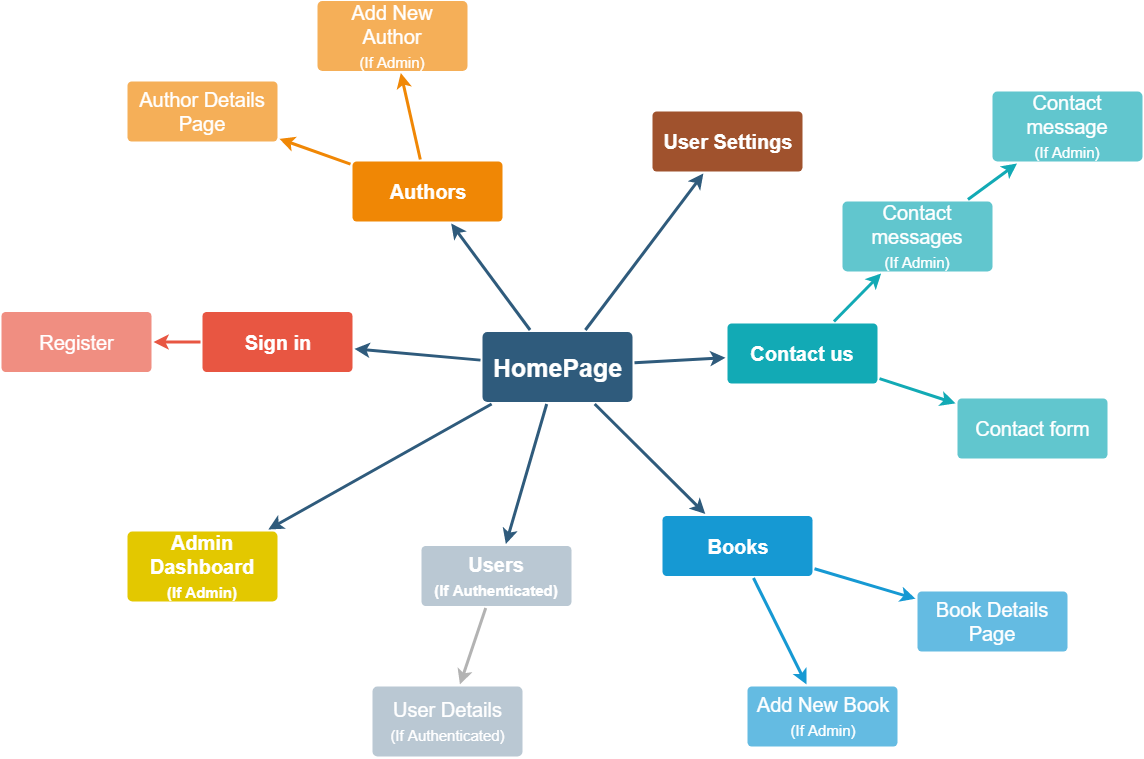
Above: documentation/diagrams/Full site map.png in kristozsolti/selenium-cucumber-java (draw.io), before the change. Source tidied: cells renumbered, new cells last; positions are measured from the earlier drawing's top-left corner, leaving out a move shared by most shapes.
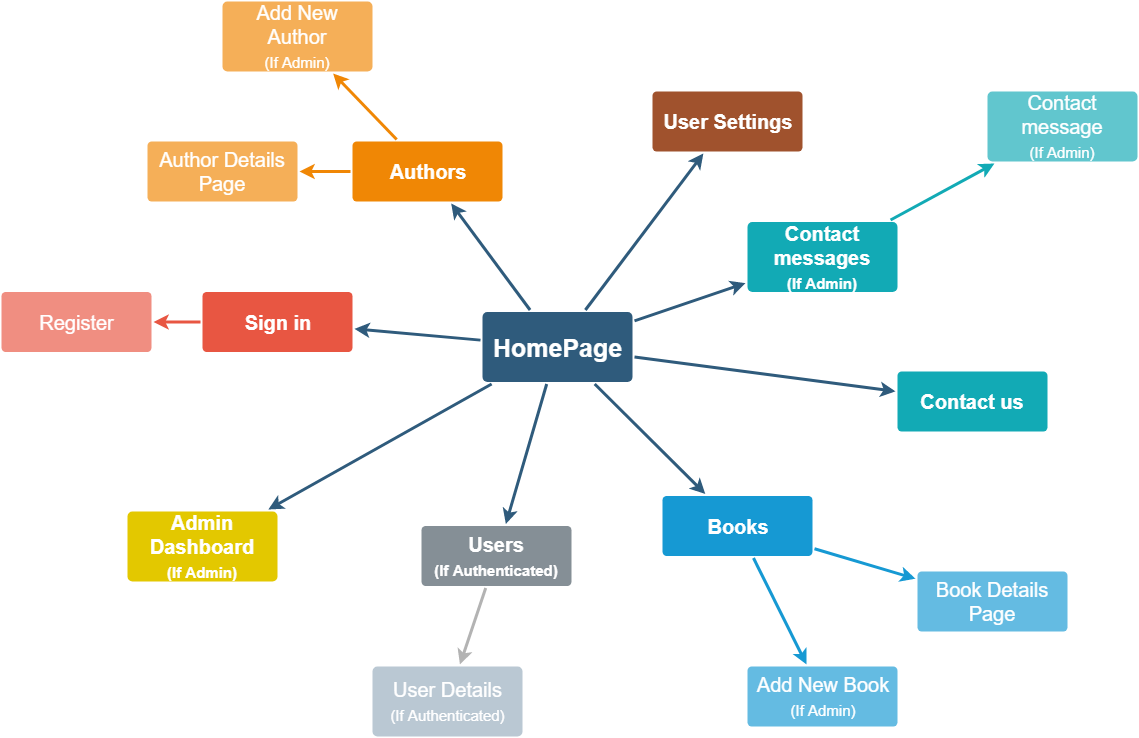
The same file after the commit.

The edit, as a diff of the source:
```diff
@@ -45,36 +45,27 @@
       <mxGeometry x="351" y="160" width="150" height="60" as="geometry" />
     </mxCell>
     <mxCell id="16" value="Author Details Page" style="rounded=1;whiteSpace=wrap;html=1;shadow=0;labelBackgroundColor=none;strokeColor=none;strokeWidth=3;fillColor=#f5af58;fontFamily=Helvetica;fontSize=20;fontColor=#FFFFFF;align=center;spacing=5;arcSize=7;perimeterSpacing=2;" parent="1" vertex="1">
-      <mxGeometry x="126" y="80" width="150" height="60" as="geometry" />
+      <mxGeometry x="146" y="160" width="150" height="60" as="geometry" />
     </mxCell>
     <mxCell id="17" style="edgeStyle=none;rounded=0;jumpStyle=none;html=1;shadow=0;labelBackgroundColor=none;startArrow=none;startFill=0;endArrow=classic;endFill=1;jettySize=auto;strokeColor=#F08705;strokeWidth=3;fontFamily=Helvetica;fontSize=14;fontColor=#FFFFFF;spacing=5;" parent="1" edge="1" source="15" target="16">
       <mxGeometry relative="1" as="geometry" />
     </mxCell>
     <mxCell id="18" value="Add New Author&lt;br style=&quot;font-size: 20px&quot;&gt;&lt;font style=&quot;font-size: 15px&quot;&gt;(If Admin)&lt;/font&gt;&lt;br style=&quot;font-size: 20px&quot;&gt;" style="rounded=1;whiteSpace=wrap;html=1;shadow=0;labelBackgroundColor=none;strokeColor=none;strokeWidth=3;fillColor=#f5af58;fontFamily=Helvetica;fontSize=20;fontColor=#FFFFFF;align=center;spacing=5;arcSize=7;perimeterSpacing=2;" parent="1" vertex="1">
-      <mxGeometry x="316" y="-0.5" width="150" height="70" as="geometry" />
+      <mxGeometry x="221" y="20" width="150" height="70" as="geometry" />
     </mxCell>
     <mxCell id="19" style="edgeStyle=none;rounded=0;jumpStyle=none;html=1;shadow=0;labelBackgroundColor=none;startArrow=none;startFill=0;endArrow=classic;endFill=1;jettySize=auto;strokeColor=#F08705;strokeWidth=3;fontFamily=Helvetica;fontSize=14;fontColor=#FFFFFF;spacing=5;" parent="1" edge="1" source="15" target="18">
       <mxGeometry relative="1" as="geometry" />
     </mxCell>
     <mxCell id="20" value="Contact us" style="rounded=1;whiteSpace=wrap;html=1;shadow=0;labelBackgroundColor=none;strokeColor=none;strokeWidth=3;fillColor=#12aab5;fontFamily=Helvetica;fontSize=20;fontColor=#FFFFFF;align=center;spacing=5;fontStyle=1;arcSize=7;perimeterSpacing=2;" parent="1" vertex="1">
-      <mxGeometry x="726" y="322" width="150" height="60" as="geometry" />
+      <mxGeometry x="896" y="390" width="150" height="60" as="geometry" />
     </mxCell>
-    <mxCell id="21" value="Contact messages&lt;br style=&quot;font-size: 20px&quot;&gt;&lt;font style=&quot;font-size: 15px&quot;&gt;(If Admin)&lt;/font&gt;&lt;br style=&quot;font-size: 20px&quot;&gt;" style="rounded=1;whiteSpace=wrap;html=1;shadow=0;labelBackgroundColor=none;strokeColor=none;strokeWidth=3;fillColor=#61c6ce;fontFamily=Helvetica;fontSize=20;fontColor=#FFFFFF;align=center;spacing=5;fontStyle=0;arcSize=7;perimeterSpacing=2;" parent="1" vertex="1">
-      <mxGeometry x="841" y="200" width="150" height="70" as="geometry" />
+    <mxCell id="21" value="Contact messages&lt;br style=&quot;font-size: 20px&quot;&gt;&lt;font style=&quot;font-size: 15px&quot;&gt;(If Admin)&lt;/font&gt;&lt;br style=&quot;font-size: 20px&quot;&gt;" style="rounded=1;whiteSpace=wrap;html=1;shadow=0;labelBackgroundColor=none;strokeColor=none;strokeWidth=3;fillColor=#12AAB5;fontFamily=Helvetica;fontSize=20;fontColor=#FFFFFF;align=center;spacing=5;fontStyle=1;arcSize=7;perimeterSpacing=2;" parent="1" vertex="1">
+      <mxGeometry x="746" y="240.5" width="150" height="70" as="geometry" />
     </mxCell>
-    <mxCell id="22" style="edgeStyle=none;rounded=1;jumpStyle=none;html=1;shadow=0;labelBackgroundColor=none;startArrow=none;startFill=0;jettySize=auto;strokeColor=#12AAB5;strokeWidth=3;fontFamily=Helvetica;fontSize=20;fontColor=#FFFFFF;spacing=5;fontStyle=1;fillColor=#b0e3e6;" parent="1" edge="1" source="20" target="21">
-      <mxGeometry relative="1" as="geometry" />
-    </mxCell>
-    <mxCell id="23" value="Contact form" style="rounded=1;whiteSpace=wrap;html=1;shadow=0;labelBackgroundColor=none;strokeColor=none;strokeWidth=3;fillColor=#61c6ce;fontFamily=Helvetica;fontSize=20;fontColor=#FFFFFF;align=center;spacing=5;fontStyle=0;arcSize=7;perimeterSpacing=2;" parent="1" vertex="1">
-      <mxGeometry x="956" y="397" width="150" height="60" as="geometry" />
-    </mxCell>
-    <mxCell id="24" style="edgeStyle=none;rounded=1;jumpStyle=none;html=1;shadow=0;labelBackgroundColor=none;startArrow=none;startFill=0;jettySize=auto;strokeColor=#12AAB5;strokeWidth=3;fontFamily=Helvetica;fontSize=20;fontColor=#FFFFFF;spacing=5;fontStyle=1;fillColor=#b0e3e6;" parent="1" edge="1" source="20" target="23">
-      <mxGeometry relative="1" as="geometry" />
-    </mxCell>
     <mxCell id="25" style="edgeStyle=none;rounded=0;jumpStyle=none;html=1;shadow=0;labelBackgroundColor=none;startArrow=none;startFill=0;endArrow=classic;endFill=1;jettySize=auto;strokeColor=#2F5B7C;strokeWidth=3;fontFamily=Helvetica;fontSize=16;fontColor=#23445D;spacing=5;" parent="1" edge="1" source="6" target="26">
       <mxGeometry relative="1" as="geometry" />
     </mxCell>
-    <mxCell id="26" value="Users&lt;br style=&quot;font-size: 20px&quot;&gt;&lt;font style=&quot;font-size: 15px&quot;&gt;(If Authenticated)&lt;/font&gt;&lt;br style=&quot;font-size: 20px&quot;&gt;" style="rounded=1;whiteSpace=wrap;html=1;shadow=0;labelBackgroundColor=none;strokeColor=none;strokeWidth=3;fillColor=#bac8d3;fontFamily=Helvetica;fontSize=20;align=center;spacing=5;fontStyle=1;arcSize=7;perimeterSpacing=2;fontColor=#FFFFFF;" parent="1" vertex="1">
+    <mxCell id="26" value="Users&lt;br style=&quot;font-size: 20px&quot;&gt;&lt;font style=&quot;font-size: 15px&quot;&gt;(If Authenticated)&lt;/font&gt;&lt;br style=&quot;font-size: 20px&quot;&gt;" style="rounded=1;whiteSpace=wrap;html=1;shadow=0;labelBackgroundColor=none;strokeColor=none;strokeWidth=3;fillColor=#858F96;fontFamily=Helvetica;fontSize=20;align=center;spacing=5;fontStyle=1;arcSize=7;perimeterSpacing=2;fontColor=#FFFFFF;" parent="1" vertex="1">
       <mxGeometry x="420" y="544.5" width="150" height="60" as="geometry" />
     </mxCell>
     <mxCell id="27" style="edgeStyle=none;rounded=0;jumpStyle=none;html=1;shadow=0;labelBackgroundColor=none;startArrow=none;startFill=0;endArrow=classic;endFill=1;jettySize=auto;strokeColor=#B3B3B3;strokeWidth=3;fontFamily=Helvetica;fontSize=16;fontColor=#23445D;spacing=5;fillColor=#bac8d3;" parent="1" edge="1" source="26" target="28">
@@ -87,7 +78,7 @@
       <mxGeometry relative="1" as="geometry" />
     </mxCell>
     <mxCell id="30" value="Contact message&lt;br style=&quot;font-size: 20px&quot;&gt;&lt;font style=&quot;font-size: 15px&quot;&gt;(If Admin)&lt;/font&gt;&lt;br style=&quot;font-size: 20px&quot;&gt;" style="rounded=1;whiteSpace=wrap;html=1;shadow=0;labelBackgroundColor=none;strokeColor=none;strokeWidth=3;fillColor=#61c6ce;fontFamily=Helvetica;fontSize=20;fontColor=#FFFFFF;align=center;spacing=5;fontStyle=0;arcSize=7;perimeterSpacing=2;" parent="1" vertex="1">
-      <mxGeometry x="991" y="90" width="150" height="70" as="geometry" />
+      <mxGeometry x="986" y="110" width="150" height="70" as="geometry" />
     </mxCell>
     <mxCell id="31" style="edgeStyle=none;rounded=0;jumpStyle=none;html=1;shadow=0;labelBackgroundColor=none;startArrow=none;startFill=0;endArrow=classic;endFill=1;jettySize=auto;strokeColor=#2F5B7C;strokeWidth=3;fontFamily=Helvetica;fontSize=16;fontColor=#23445D;spacing=5;" parent="1" edge="1" source="6" target="32">
       <mxGeometry relative="1" as="geometry" />
@@ -101,5 +92,8 @@
     <mxCell id="34" value="User Settings&lt;br style=&quot;font-size: 20px;&quot;&gt;" style="rounded=1;whiteSpace=wrap;html=1;shadow=0;labelBackgroundColor=none;strokeColor=none;strokeWidth=3;fillColor=#a0522d;fontFamily=Helvetica;fontSize=20;align=center;spacing=5;fontStyle=1;arcSize=7;perimeterSpacing=2;fontColor=#ffffff;" parent="1" vertex="1">
       <mxGeometry x="651" y="110" width="150" height="60" as="geometry" />
     </mxCell>
+    <mxCell id="35" style="edgeStyle=none;rounded=0;jumpStyle=none;html=1;shadow=0;labelBackgroundColor=none;startArrow=none;startFill=0;endArrow=classic;endFill=1;jettySize=auto;strokeColor=#2F5B7C;strokeWidth=3;fontFamily=Helvetica;fontSize=16;fontColor=#23445D;spacing=5;" parent="1" edge="1" source="6" target="21">
+      <mxGeometry relative="1" as="geometry" />
+    </mxCell>
   </root>
 </mxGraphModel>
```
